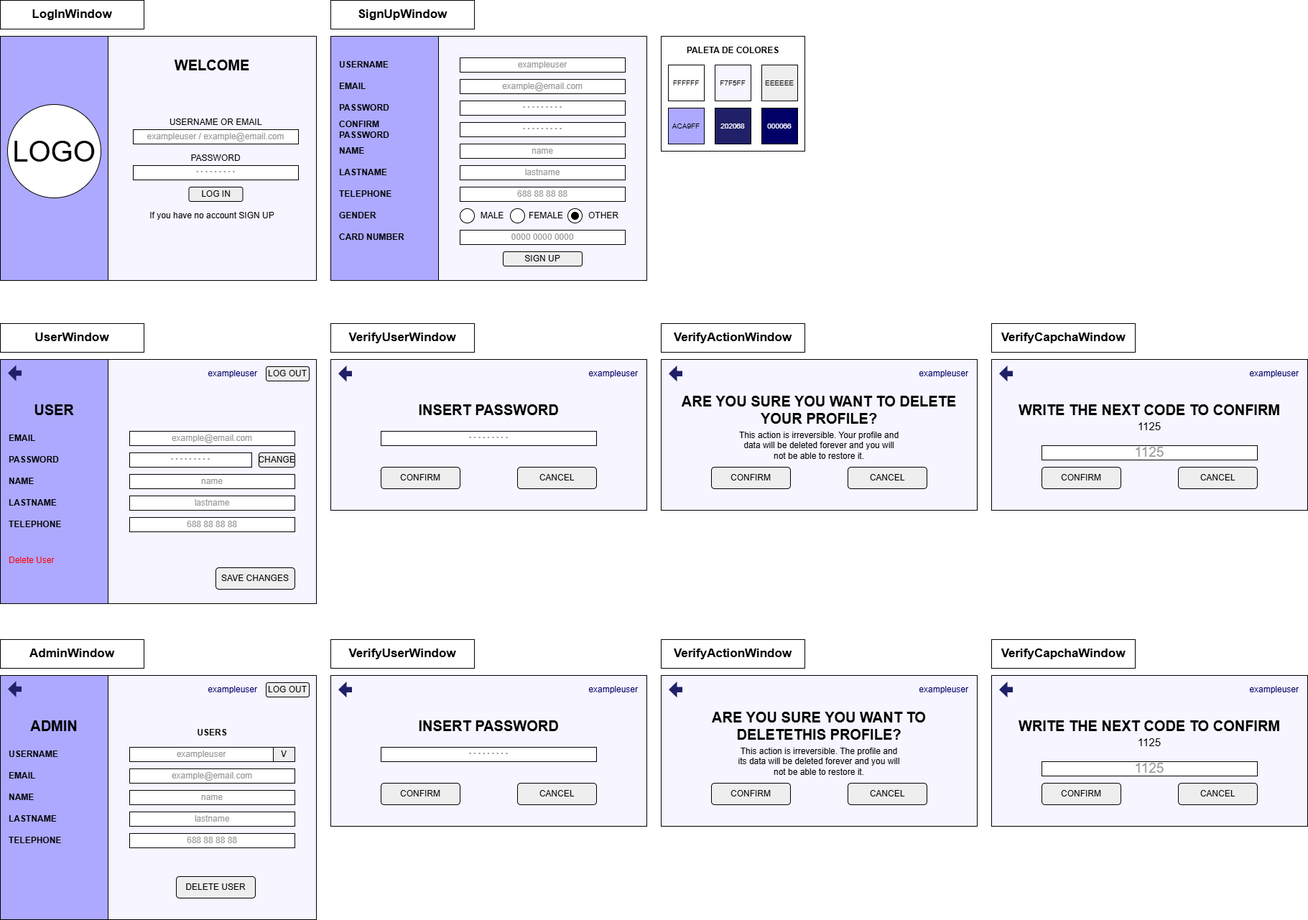
The draw.io diagram Documentation/RETO 1 CRUD - Planificacion Ventanas.png in MedievAlex/ADTi_DIN_Reto_CRUD_-Alex_Ekaitz_Kevin_Victor-, before a commit. Source tidied: cells renumbered, new cells last; positions are measured from the earlier drawing's top-left corner, leaving out a move shared by most shapes.
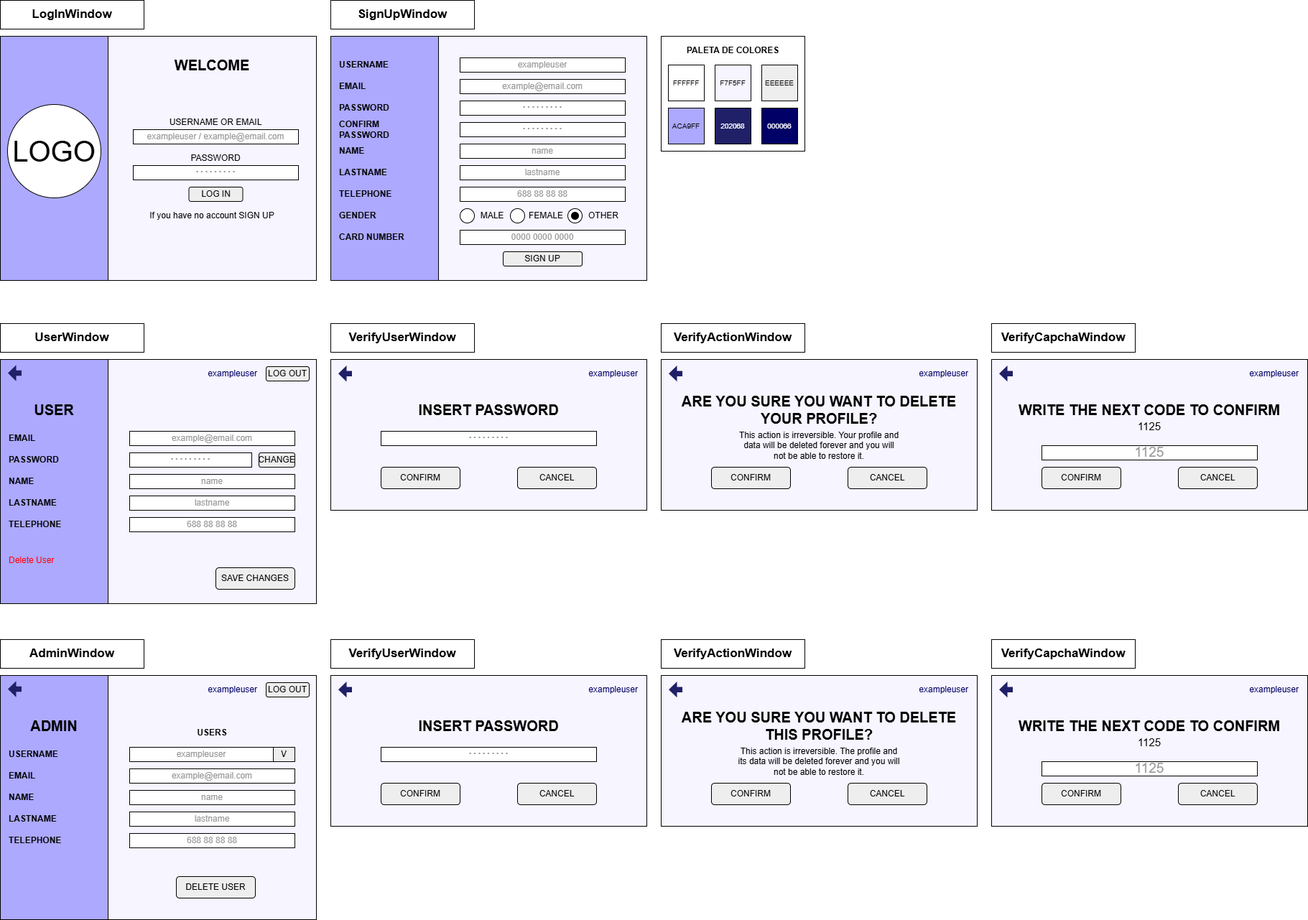
After the change.

Change to the diagram source:
```diff
@@ -362,7 +362,7 @@
     <mxCell id="115" value="exampleuser" style="text;html=1;align=right;verticalAlign=middle;whiteSpace=wrap;rounded=0;fontColor=#000066;" parent="1" vertex="1">
       <mxGeometry x="1170" y="950" width="180" height="20" as="geometry" />
     </mxCell>
-    <mxCell id="116" value="&lt;font style=&quot;font-size: 20px;&quot;&gt;&lt;b&gt;ARE YOU SURE YOU WANT TO DELETETHIS PROFILE?&lt;/b&gt;&lt;/font&gt;" style="text;html=1;align=center;verticalAlign=middle;whiteSpace=wrap;rounded=0;" parent="1" vertex="1">
+    <mxCell id="116" value="&lt;font style=&quot;font-size: 20px;&quot;&gt;&lt;b&gt;ARE YOU SURE YOU WANT TO DELETE THIS PROFILE?&lt;/b&gt;&lt;/font&gt;" style="text;html=1;align=center;verticalAlign=middle;whiteSpace=wrap;rounded=0;" parent="1" vertex="1">
       <mxGeometry x="930" y="1000" width="420" height="20" as="geometry" />
     </mxCell>
     <mxCell id="117" style="shape=flexArrow;endArrow=classic;html=1;endWidth=13.881064162754305;endSize=3.511267605633803;width=7.464788732394367;fillColor=#202068;strokeColor=none;" parent="1" edge="1">
```
